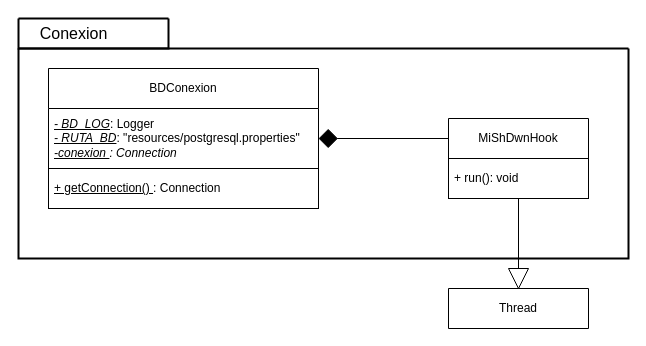
Before: docs/uml/drawio/colectivo.conexion.drawio in AverageZeko/POO-colectivos, a draw.io diagram. Source tidied: cells renumbered, new cells numbered last; positions are measured from the earlier drawing's top-left corner, leaving out a move shared by most shapes. Both pictures are drawn from the tidied source at 100%, with x=0, y=0 at pixel (18, 18).
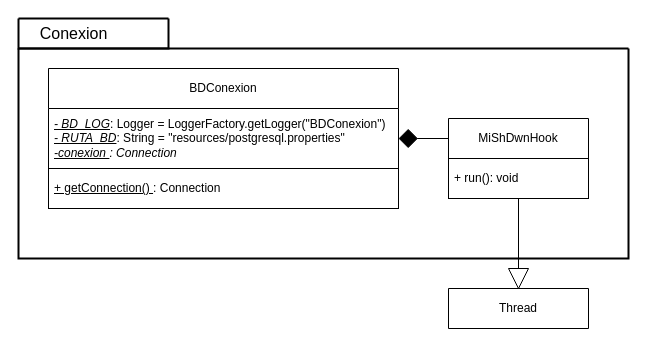
Above is the later version.

What changed in the source:
```diff
@@
 <mxGraphModel>
   <root>
     <mxCell id="0" />
     <mxCell id="1" parent="0" />
     <mxCell id="2" style="swimlane;startSize=0;align=center;strokeWidth=2;" parent="1" vertex="1">
       <mxGeometry y="30" width="610" height="210" as="geometry" />
     </mxCell>
     <mxCell id="3" value="BDConexion" style="swimlane;fontStyle=0;horizontal=1;startSize=40;whiteSpace=wrap;html=1;" parent="2" vertex="1">
-      <mxGeometry x="30" y="20" width="270" height="140" as="geometry" />
+      <mxGeometry x="30" y="20" width="350" height="140" as="geometry" />
     </mxCell>
-    <mxCell id="4" value="&lt;div&gt;&lt;u&gt;&lt;i&gt;- BD_LOG&lt;/i&gt;&lt;/u&gt;: Logger&lt;/div&gt;&lt;div&gt;&lt;u&gt;&lt;i&gt;- RUTA_BD&lt;/i&gt;&lt;/u&gt;: &quot;resources/postgresql.properties&quot;&lt;/div&gt;&lt;div&gt;&lt;i&gt;&lt;u&gt;-conexion&amp;nbsp;&lt;/u&gt;: Connection&lt;/i&gt;&lt;/div&gt;" style="text;strokeColor=none;fillColor=none;align=left;verticalAlign=middle;spacingLeft=4;spacingRight=4;overflow=hidden;points=[[0,0.5],[1,0.5]];portConstraint=eastwest;whiteSpace=wrap;html=1;" parent="3" vertex="1">
-      <mxGeometry y="40" width="270" height="60" as="geometry" />
+    <mxCell id="4" value="&lt;div&gt;&lt;u&gt;&lt;i&gt;- BD_LOG&lt;/i&gt;&lt;/u&gt;: Logger = LoggerFactory.getLogger(&quot;BDConexion&quot;)&lt;/div&gt;&lt;div&gt;&lt;u&gt;&lt;i&gt;- RUTA_BD&lt;/i&gt;&lt;/u&gt;: String = &quot;resources/postgresql.properties&quot;&lt;/div&gt;&lt;div&gt;&lt;i&gt;&lt;u&gt;-conexion&amp;nbsp;&lt;/u&gt;: Connection&lt;/i&gt;&lt;/div&gt;" style="text;strokeColor=none;fillColor=none;align=left;verticalAlign=middle;spacingLeft=4;spacingRight=4;overflow=hidden;points=[[0,0.5],[1,0.5]];portConstraint=eastwest;whiteSpace=wrap;html=1;" parent="3" vertex="1">
+      <mxGeometry y="40" width="350" height="60" as="geometry" />
     </mxCell>
     <mxCell id="5" value="&lt;u&gt;+ getConnection()&amp;nbsp;&lt;/u&gt;: Connection" style="text;strokeColor=default;fillColor=none;align=left;verticalAlign=middle;spacingLeft=4;spacingRight=4;overflow=hidden;whiteSpace=wrap;html=1;" parent="3" vertex="1">
-      <mxGeometry y="100" width="270" height="40" as="geometry" />
+      <mxGeometry y="100" width="350" height="40" as="geometry" />
     </mxCell>
     <mxCell id="6" value="MiShDwnHook" style="swimlane;fontStyle=0;horizontal=1;startSize=40;whiteSpace=wrap;html=1;" parent="2" vertex="1">
       <mxGeometry x="430" y="70" width="140" height="80" as="geometry" />
     </mxCell>
     <mxCell id="7" value="+ run(): void" style="text;strokeColor=default;fillColor=none;align=left;verticalAlign=middle;spacingLeft=4;spacingRight=4;overflow=hidden;whiteSpace=wrap;html=1;" parent="6" vertex="1">
       <mxGeometry y="40" width="140" height="40" as="geometry" />
     </mxCell>
     <mxCell id="8" style="endArrow=none;html=1;rounded=0;entryX=0;entryY=0.25;entryDx=0;entryDy=0;exitX=1;exitY=0.5;exitDx=0;exitDy=0;startArrow=diamond;startFill=1;startSize=17;" parent="2" edge="1" source="4" target="6">
       <mxGeometry relative="1" as="geometry" />
     </mxCell>
     <mxCell id="9" style="swimlane;startSize=0;strokeWidth=2;" parent="1" vertex="1">
       <mxGeometry width="150" height="30" as="geometry" />
     </mxCell>
     <mxCell id="10" value="Conexion" style="text;html=1;align=center;verticalAlign=middle;strokeColor=none;fillColor=none;fontSize=16;" parent="9" vertex="1">
       <mxGeometry x="10" width="90" height="30" as="geometry" />
     </mxCell>
     <mxCell id="11" value="Thread" style="swimlane;fontStyle=0;horizontal=1;startSize=80;whiteSpace=wrap;html=1;" parent="1" vertex="1">
       <mxGeometry x="430" y="270" width="140" height="40" as="geometry" />
     </mxCell>
     <mxCell id="12" style="triangle;whiteSpace=wrap;html=1;direction=south;" parent="1" vertex="1">
       <mxGeometry x="490" y="250" width="20" height="20" as="geometry" />
     </mxCell>
     <mxCell id="13" style="endArrow=none;html=1;rounded=0;exitX=0.5;exitY=1;exitDx=0;exitDy=0;startArrow=none;startFill=0;endFill=0;entryX=0;entryY=0.5;entryDx=0;entryDy=0;" parent="1" edge="1" source="6" target="12">
       <mxGeometry relative="1" as="geometry" />
     </mxCell>
   </root>
 </mxGraphModel>
```
